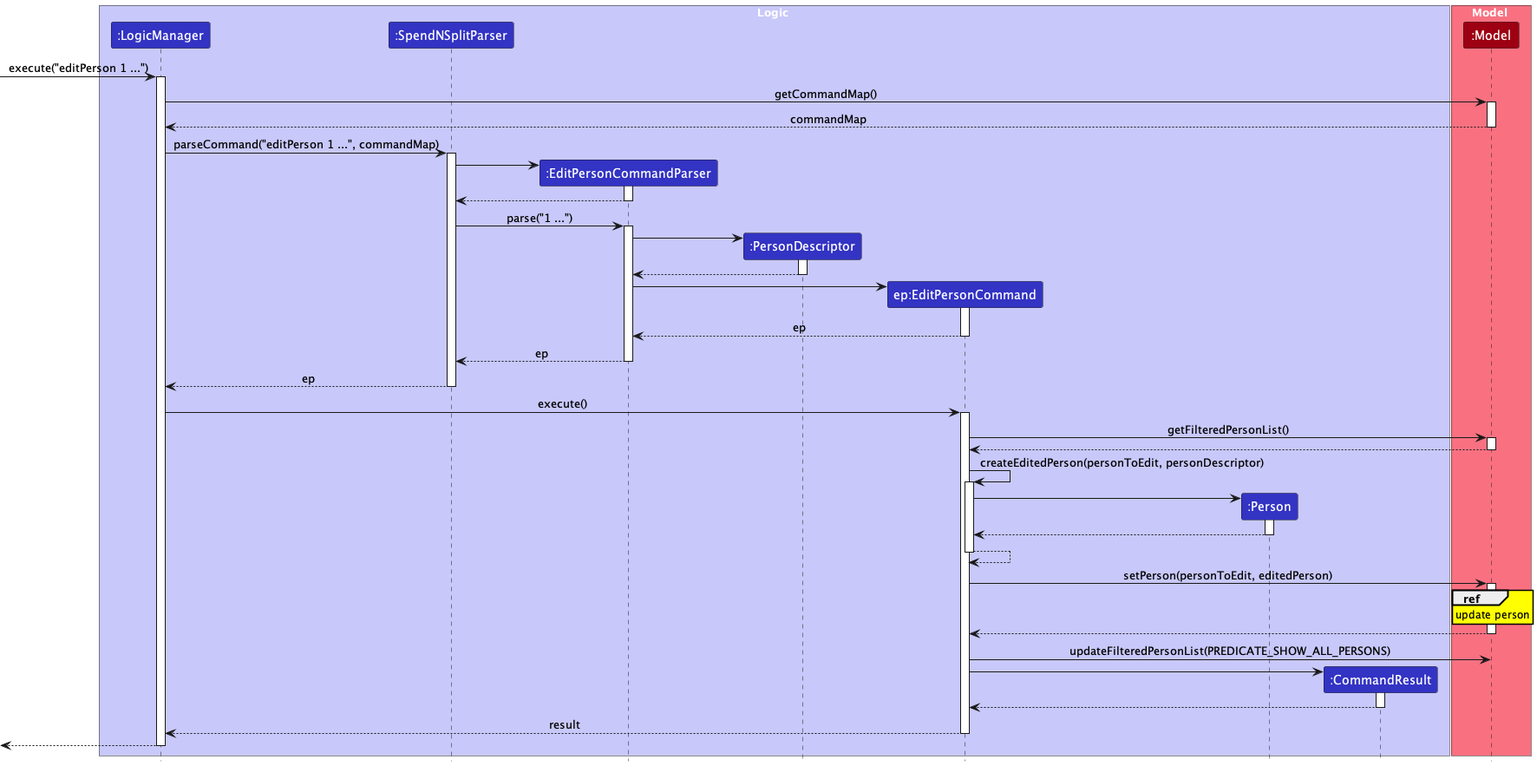
The PlantUML diagram docs/images/EditPersonSequenceDiagram.png in wui-hong/tp, before a commit.
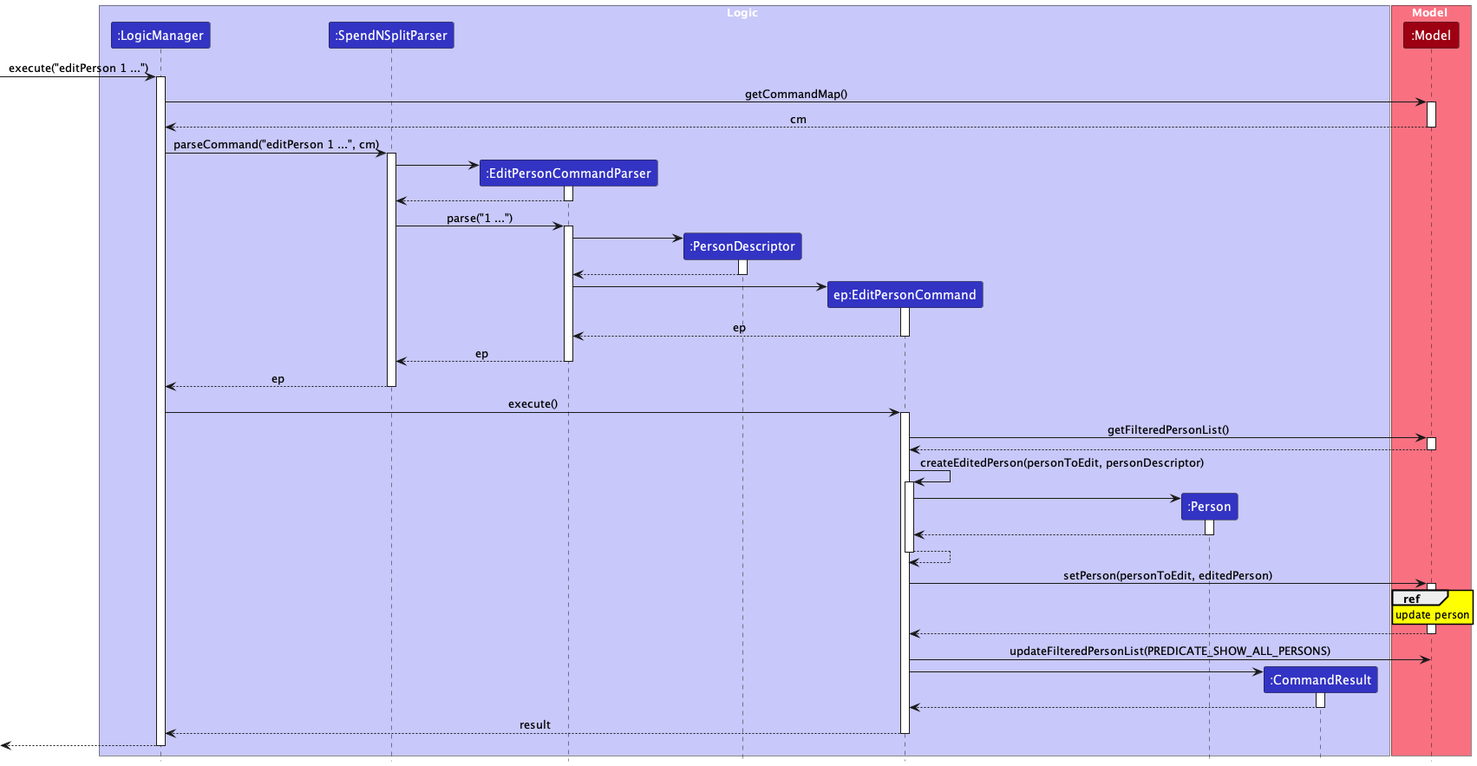
Later version of the same file.

Commit message:
Shorten sequence diagrams

The edit, as a diff of the source:
```diff
@@ -22,10 +22,10 @@
 
 LogicManager -> Model : getCommandMap()
 activate Model
-Model --> LogicManager : commandMap
+Model --> LogicManager : cm
 deactivate Model
 
-LogicManager -> SpendNSplitParser : parseCommand("editPerson 1 ...", commandMap)
+LogicManager -> SpendNSplitParser : parseCommand("editPerson 1 ...", cm)
 activate SpendNSplitParser
 
 create EditPersonCommandParser
```
